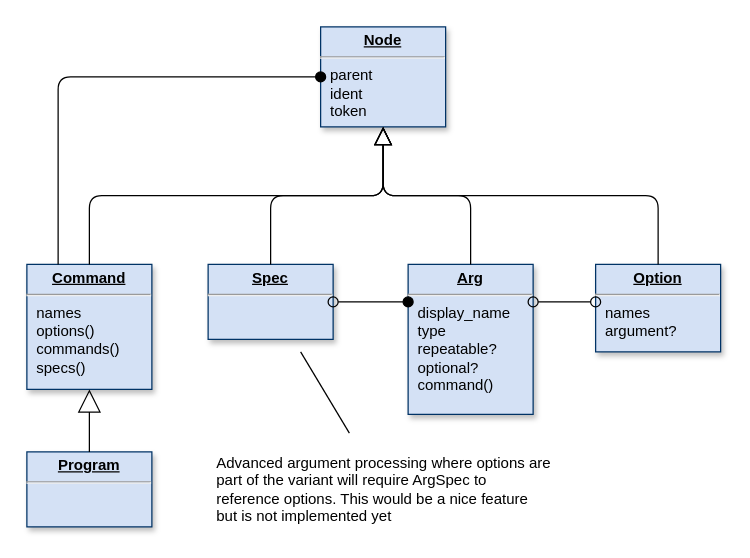
The draw.io diagram page "Grammar" (1 of 5) of doc/diagram.drawio in clrgit/shellopts, before the edit. Source tidied: cells renumbered, new cells numbered last; positions are measured from the earlier drawing's top-left corner, leaving out a move shared by most shapes. Both pictures are drawn from the tidied source at 125%, with x=0, y=0 at pixel (26, 26).
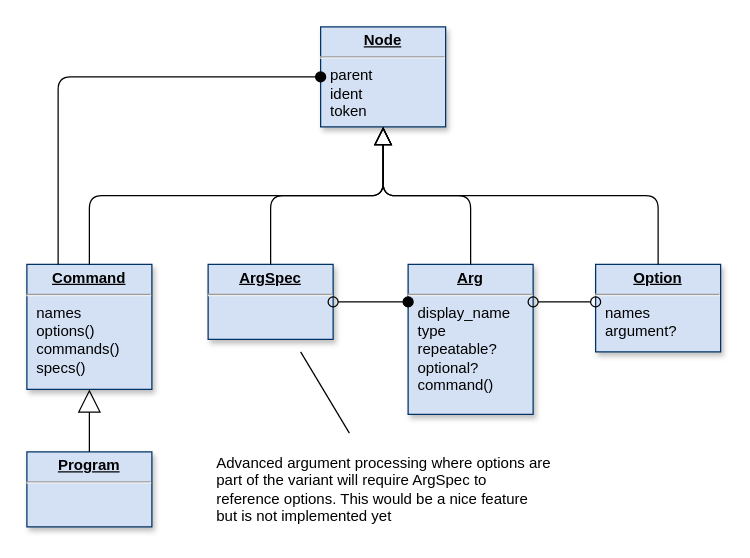
After the change.

Change to the diagram source:
```diff
@@
-    <mxCell id="7" value="&lt;p style=&quot;margin: 0px ; margin-top: 4px ; text-align: center ; text-decoration: underline&quot;&gt;&lt;b&gt;Spec&lt;/b&gt;&lt;/p&gt;&lt;hr&gt;&lt;p style=&quot;margin: 0px ; margin-left: 8px&quot;&gt;&lt;br&gt;&lt;/p&gt;" style="verticalAlign=top;align=left;overflow=fill;fontSize=12;fontFamily=Helvetica;html=1;shadow=1;strokeColor=#003366;fillColor=#D4E1F5;" parent="1" vertex="1">
+    <mxCell id="7" value="&lt;p style=&quot;margin: 0px ; margin-top: 4px ; text-align: center ; text-decoration: underline&quot;&gt;&lt;b&gt;ArgSpec&lt;/b&gt;&lt;/p&gt;&lt;hr&gt;&lt;p style=&quot;margin: 0px ; margin-left: 8px&quot;&gt;&lt;br&gt;&lt;/p&gt;" style="verticalAlign=top;align=left;overflow=fill;fontSize=12;fontFamily=Helvetica;html=1;shadow=1;strokeColor=#003366;fillColor=#D4E1F5;" parent="1" vertex="1">
       <mxGeometry x="145" y="190" width="100" height="60" as="geometry" />
     </mxCell>
```
